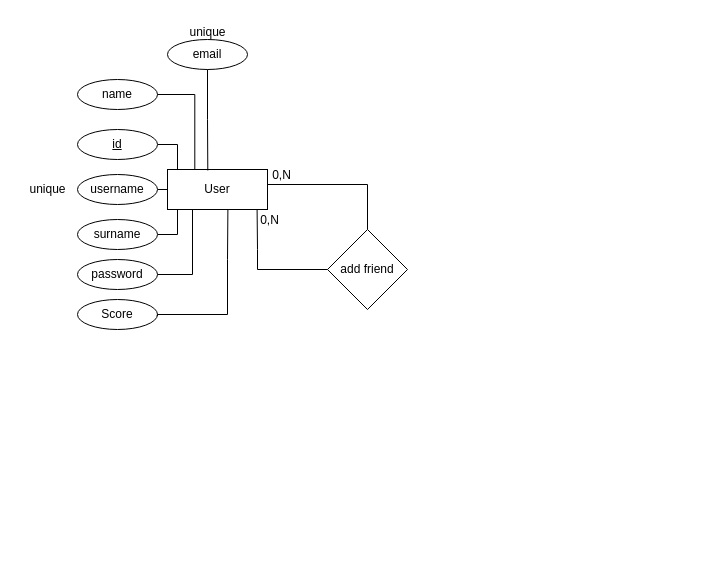
Earlier version of the draw.io diagram 7_Allegati/Schema-ER-DB.drawio (smanedn/ColorfulSongs). Source tidied: cells renumbered, new cells numbered last; positions are measured from the earlier drawing's top-left corner, leaving out a move shared by most shapes. Both pictures are drawn from the tidied source at 100%, with x=0, y=0 at pixel (17, 17).
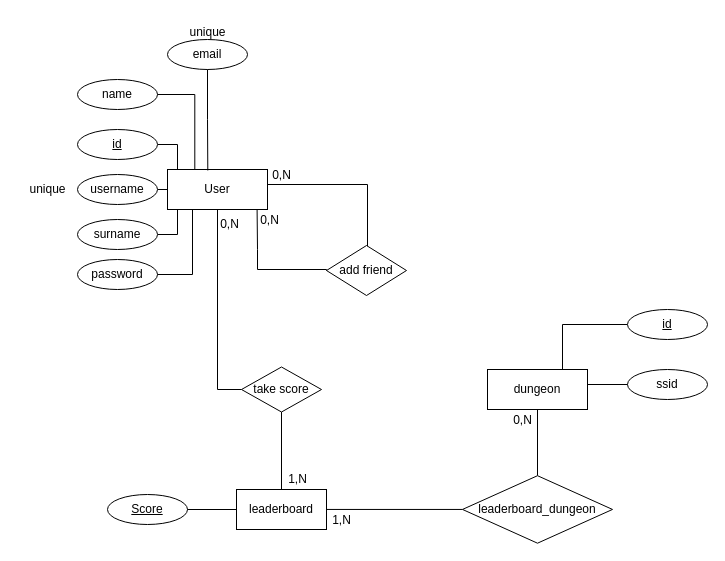
Above is the later version.

The change refers to these unchanged cells:
```xml
<mxCell id="2" value="User" style="whiteSpace=wrap;html=1;align=center;" parent="1" vertex="1">
  <mxGeometry x="150" y="152" width="100" height="40" as="geometry" />
</mxCell>
```

The edit, as a diff of the source:
```diff
@@
+    <mxCell id="24" style="edgeStyle=orthogonalEdgeStyle;rounded=0;jettySize=auto;html=1;endArrow=none;endFill=0;entryX=0;entryY=0.5;entryDx=0;entryDy=0;" parent="1" edge="1" source="2" target="31">
+      <mxGeometry relative="1" as="geometry" />
+    </mxCell>
@@
-    <mxCell id="16" value="Score" style="ellipse;whiteSpace=wrap;html=1;align=center;" parent="1" vertex="1">
-      <mxGeometry x="60" y="282" width="80" height="30" as="geometry" />
+    <mxCell id="16" value="&lt;u&gt;Score&lt;/u&gt;" style="ellipse;whiteSpace=wrap;html=1;align=center;" parent="1" vertex="1">
+      <mxGeometry x="90" y="477" width="80" height="30" as="geometry" />
     </mxCell>
     <mxCell id="17" value="add friend" style="rhombus;whiteSpace=wrap;html=1;" parent="1" vertex="1">
-      <mxGeometry x="310" y="212" width="80" height="80" as="geometry" />
+      <mxGeometry x="309" y="228" width="80" height="50" as="geometry" />
     </mxCell>
@@
-    <mxCell id="20" style="edgeStyle=orthogonalEdgeStyle;rounded=0;jettySize=auto;html=1;entryX=0.604;entryY=1;entryDx=0;entryDy=0;entryPerimeter=0;endArrow=none;endFill=0;exitX=0.998;exitY=0.553;exitDx=0;exitDy=0;exitPerimeter=0;" parent="1" edge="1" source="16" target="2">
-      <mxGeometry relative="1" as="geometry">
-        <Array as="points">
-          <mxPoint x="140" y="297" />
-          <mxPoint x="210" y="297" />
-          <mxPoint x="210" y="242" />
-          <mxPoint x="210" y="242" />
-        </Array>
-      </mxGeometry>
-    </mxCell>
@@
+    <mxCell id="25" style="edgeStyle=orthogonalEdgeStyle;rounded=0;jettySize=auto;html=1;entryX=0.5;entryY=0;entryDx=0;entryDy=0;endArrow=none;endFill=0;" parent="1" edge="1" source="26" target="36">
+      <mxGeometry relative="1" as="geometry" />
+    </mxCell>
+    <mxCell id="26" value="dungeon" style="whiteSpace=wrap;html=1;" parent="1" vertex="1">
+      <mxGeometry x="470" y="352" width="100" height="40" as="geometry" />
+    </mxCell>
+    <mxCell id="27" value="ssid" style="ellipse;whiteSpace=wrap;html=1;align=center;" parent="1" vertex="1">
+      <mxGeometry x="610" y="352" width="80" height="30" as="geometry" />
+    </mxCell>
+    <mxCell id="28" style="edgeStyle=orthogonalEdgeStyle;rounded=0;jettySize=auto;html=1;entryX=0.75;entryY=0;entryDx=0;entryDy=0;endArrow=none;endFill=0;" parent="1" edge="1" source="29" target="26">
+      <mxGeometry relative="1" as="geometry" />
+    </mxCell>
+    <mxCell id="29" value="&lt;u&gt;id&lt;/u&gt;" style="ellipse;whiteSpace=wrap;html=1;align=center;" parent="1" vertex="1">
+      <mxGeometry x="610" y="292" width="80" height="30" as="geometry" />
+    </mxCell>
+    <mxCell id="30" style="edgeStyle=orthogonalEdgeStyle;rounded=0;jettySize=auto;html=1;entryX=1;entryY=0;entryDx=0;entryDy=0;endArrow=none;endFill=0;" parent="1" edge="1" source="27" target="26">
+      <mxGeometry relative="1" as="geometry">
+        <Array as="points">
+          <mxPoint x="570" y="367" />
+        </Array>
+      </mxGeometry>
+    </mxCell>
+    <mxCell id="31" value="take score" style="rhombus;whiteSpace=wrap;html=1;" parent="1" vertex="1">
+      <mxGeometry x="224" y="349.5" width="80" height="45" as="geometry" />
+    </mxCell>
+    <mxCell id="32" style="edgeStyle=orthogonalEdgeStyle;rounded=0;jettySize=auto;html=1;endArrow=none;endFill=0;" parent="1" edge="1" source="34" target="16">
+      <mxGeometry relative="1" as="geometry" />
+    </mxCell>
+    <mxCell id="33" style="edgeStyle=orthogonalEdgeStyle;rounded=0;jettySize=auto;html=1;endArrow=none;endFill=0;entryX=0;entryY=0.5;entryDx=0;entryDy=0;" parent="1" edge="1" source="34" target="36">
+      <mxGeometry relative="1" as="geometry" />
+    </mxCell>
+    <mxCell id="34" value="leaderboard" style="whiteSpace=wrap;html=1;" parent="1" vertex="1">
+      <mxGeometry x="219" y="472" width="90" height="40" as="geometry" />
+    </mxCell>
+    <mxCell id="35" style="edgeStyle=orthogonalEdgeStyle;rounded=0;jettySize=auto;html=1;entryX=0.5;entryY=0;entryDx=0;entryDy=0;endArrow=none;endFill=0;" parent="1" edge="1" source="31" target="34">
+      <mxGeometry relative="1" as="geometry" />
+    </mxCell>
+    <mxCell id="36" value="leaderboard_dungeon" style="rhombus;whiteSpace=wrap;html=1;" parent="1" vertex="1">
+      <mxGeometry x="445" y="458.2" width="150" height="67.5" as="geometry" />
+    </mxCell>
+    <mxCell id="37" value="0,N" style="text;html=1;align=center;verticalAlign=middle;strokeColor=none;fillColor=none;" parent="1" vertex="1">
+      <mxGeometry x="192" y="192" width="40" height="30" as="geometry" />
+    </mxCell>
+    <mxCell id="38" value="1&lt;span style=&quot;background-color: transparent; color: light-dark(rgb(0, 0, 0), rgb(255, 255, 255));&quot;&gt;,N&lt;/span&gt;" style="text;html=1;align=center;verticalAlign=middle;strokeColor=none;fillColor=none;" parent="1" vertex="1">
+      <mxGeometry x="260" y="447" width="40" height="30" as="geometry" />
+    </mxCell>
+    <mxCell id="39" value="1,N" style="text;html=1;align=center;verticalAlign=middle;strokeColor=none;fillColor=none;" parent="1" vertex="1">
+      <mxGeometry x="304" y="488" width="40" height="30" as="geometry" />
+    </mxCell>
+    <mxCell id="40" value="0,N" style="text;html=1;align=center;verticalAlign=middle;strokeColor=none;fillColor=none;" parent="1" vertex="1">
+      <mxGeometry x="485" y="388" width="40" height="30" as="geometry" />
+    </mxCell>
```
